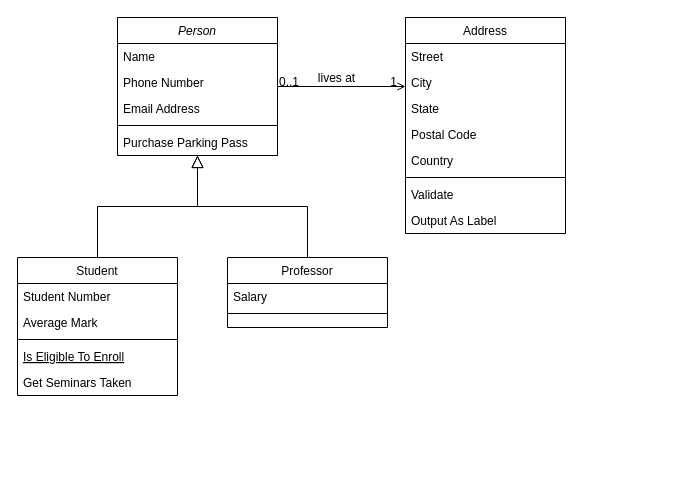
Above: eccp.drawio in andpopov/draw (draw.io), before the change. Source tidied: cells renumbered, new cells numbered last; positions are measured from the earlier drawing's top-left corner, leaving out a move shared by most shapes. Both pictures are drawn from the tidied source at 100%, with x=0, y=0 at pixel (17, 17).
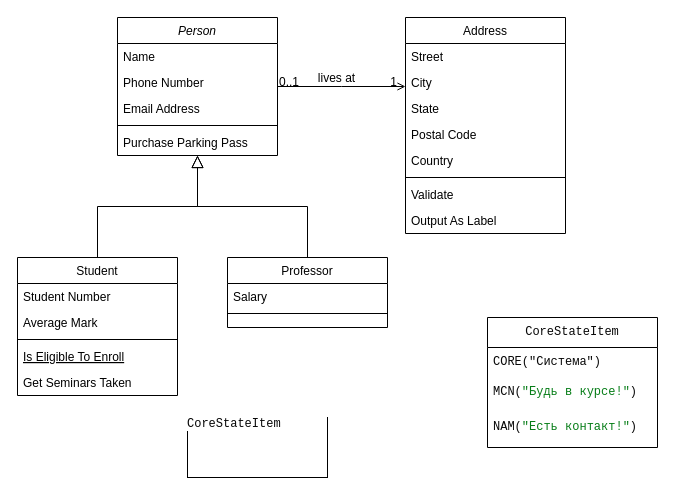
The same page after the edit.

Change to the diagram source:
```diff
@@
+    <mxCell id="32" value="&lt;div style=&quot;background-color: rgb(255, 255, 255); color: rgb(8, 8, 8); font-family: &amp;quot;JetBrains Mono&amp;quot;, monospace;&quot;&gt;CoreStateItem&lt;/div&gt;" style="swimlane;fontStyle=0;horizontal=1;startSize=30;whiteSpace=wrap;html=1;" parent="1" vertex="1">
+      <mxGeometry x="470" y="300" width="170" height="130" as="geometry" />
+    </mxCell>
+    <mxCell id="33" value="&lt;div style=&quot;background-color: rgb(255, 255, 255); color: rgb(8, 8, 8); font-family: &amp;quot;JetBrains Mono&amp;quot;, monospace;&quot;&gt;CORE(&quot;Система&quot;)&lt;/div&gt;" style="text;strokeColor=none;fillColor=none;align=left;verticalAlign=middle;spacingLeft=4;spacingRight=4;overflow=hidden;whiteSpace=wrap;html=1;" parent="32" vertex="1">
+      <mxGeometry y="30" width="170" height="30" as="geometry" />
+    </mxCell>
+    <mxCell id="34" value="&lt;div style=&quot;background-color: rgb(255, 255, 255); color: rgb(8, 8, 8); font-family: &amp;quot;JetBrains Mono&amp;quot;, monospace;&quot;&gt;MCN(&lt;span style=&quot;color:#067d17;&quot;&gt;&quot;&lt;/span&gt;&lt;span style=&quot;color:#067d17;&quot;&gt;Будь в курсе!&lt;/span&gt;&lt;span style=&quot;color:#067d17;&quot;&gt;&quot;&lt;/span&gt;)&lt;/div&gt;" style="text;strokeColor=none;fillColor=none;align=left;verticalAlign=middle;spacingLeft=4;spacingRight=4;overflow=hidden;whiteSpace=wrap;html=1;" parent="32" vertex="1">
+      <mxGeometry y="60" width="170" height="30" as="geometry" />
+    </mxCell>
+    <mxCell id="35" value="&lt;div style=&quot;background-color: rgb(255, 255, 255); color: rgb(8, 8, 8); font-family: &amp;quot;JetBrains Mono&amp;quot;, monospace;&quot;&gt;NAM(&lt;span style=&quot;color:#067d17;&quot;&gt;&quot;&lt;/span&gt;&lt;span style=&quot;color:#067d17;&quot;&gt;Есть контакт!&lt;/span&gt;&lt;span style=&quot;color:#067d17;&quot;&gt;&quot;&lt;/span&gt;)&lt;/div&gt;" style="text;strokeColor=none;fillColor=none;align=left;verticalAlign=middle;spacingLeft=4;spacingRight=4;overflow=hidden;whiteSpace=wrap;html=1;" parent="32" vertex="1">
+      <mxGeometry y="90" width="170" height="40" as="geometry" />
+    </mxCell>
+    <mxCell id="36" value="&lt;div style=&quot;background-color: rgb(255, 255, 255); color: rgb(8, 8, 8); font-family: &amp;quot;JetBrains Mono&amp;quot;, monospace;&quot;&gt;CoreStateItem&lt;/div&gt;" style="verticalAlign=top;align=left;overflow=fill;fontSize=12;fontFamily=Helvetica;html=1;whiteSpace=wrap;" parent="1" vertex="1">
+      <mxGeometry x="170" y="400" width="140" height="60" as="geometry" />
+    </mxCell>
```
